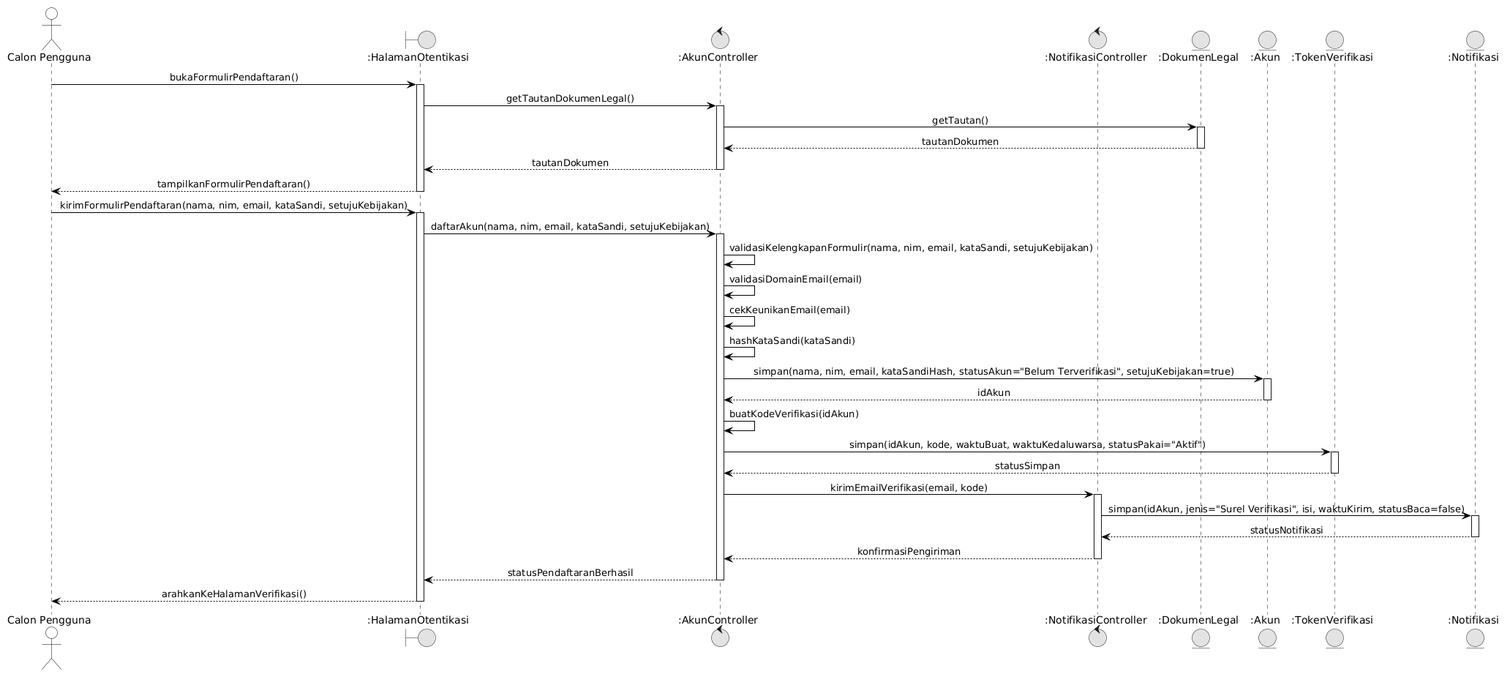
Earlier version of the PlantUML export docs/M7/assets/diagram/Sequence_UC01_Normal.png (ghaniyul/IF2150-RPL-K01-G02). The source it was exported from:
```plantuml
@startuml
skinparam monochrome true
skinparam shadowing false
skinparam defaultFontName Arial
skinparam sequenceMessageAlign center
skinparam backgroundColor #FFFFFF

skinparam participant {
    BackgroundColor #FFFFFF
    BorderColor #000000
}
skinparam actor {
    BackgroundColor #FFFFFF
    BorderColor #000000
}
skinparam sequence {
    LifeLineBackgroundColor #FFFFFF
    LifeLineBorderColor #000000
    ArrowColor #000000
    ActorBorderColor #000000
    ActorBackgroundColor #FFFFFF
    GroupBorderColor #000000
    GroupBackgroundColor #FFFFFF
}

actor "Calon Pengguna" as User
boundary ":HalamanOtentikasi" as UI
control ":AkunController" as Ctrl
control ":NotifikasiController" as NotifCtrl
entity ":DokumenLegal" as Dokumen
entity ":Akun" as Akun
entity ":TokenVerifikasi" as Token
entity ":Notifikasi" as Notif

User -> UI: bukaFormulirPendaftaran()
activate UI
UI -> Ctrl: getTautanDokumenLegal()
activate Ctrl
Ctrl -> Dokumen: getTautan()
activate Dokumen
Dokumen --> Ctrl: tautanDokumen
deactivate Dokumen
Ctrl --> UI: tautanDokumen
deactivate Ctrl
UI --> User: tampilkanFormulirPendaftaran()
deactivate UI

User -> UI: kirimFormulirPendaftaran(nama, nim, email, kataSandi, setujuKebijakan)
activate UI
UI -> Ctrl: daftarAkun(nama, nim, email, kataSandi, setujuKebijakan)
activate Ctrl
Ctrl -> Ctrl: validasiKelengkapanFormulir(nama, nim, email, kataSandi, setujuKebijakan)
Ctrl -> Ctrl: validasiDomainEmail(email)
Ctrl -> Ctrl: cekKeunikanEmail(email)
Ctrl -> Ctrl: hashKataSandi(kataSandi)

Ctrl -> Akun: simpan(nama, nim, email, kataSandiHash, statusAkun="Belum Terverifikasi", setujuKebijakan=true)
activate Akun
Akun --> Ctrl: idAkun
deactivate Akun

Ctrl -> Ctrl: buatKodeVerifikasi(idAkun)
Ctrl -> Token: simpan(idAkun, kode, waktuBuat, waktuKedaluwarsa, statusPakai="Aktif")
activate Token
Token --> Ctrl: statusSimpan
deactivate Token

Ctrl -> NotifCtrl: kirimEmailVerifikasi(email, kode)
activate NotifCtrl
NotifCtrl -> Notif: simpan(idAkun, jenis="Surel Verifikasi", isi, waktuKirim, statusBaca=false)
activate Notif
Notif --> NotifCtrl: statusNotifikasi
deactivate Notif
NotifCtrl --> Ctrl: konfirmasiPengiriman
deactivate NotifCtrl

Ctrl --> UI: statusPendaftaranBerhasil
deactivate Ctrl
UI --> User: arahkanKeHalamanVerifikasi()
deactivate UI
@enduml
```
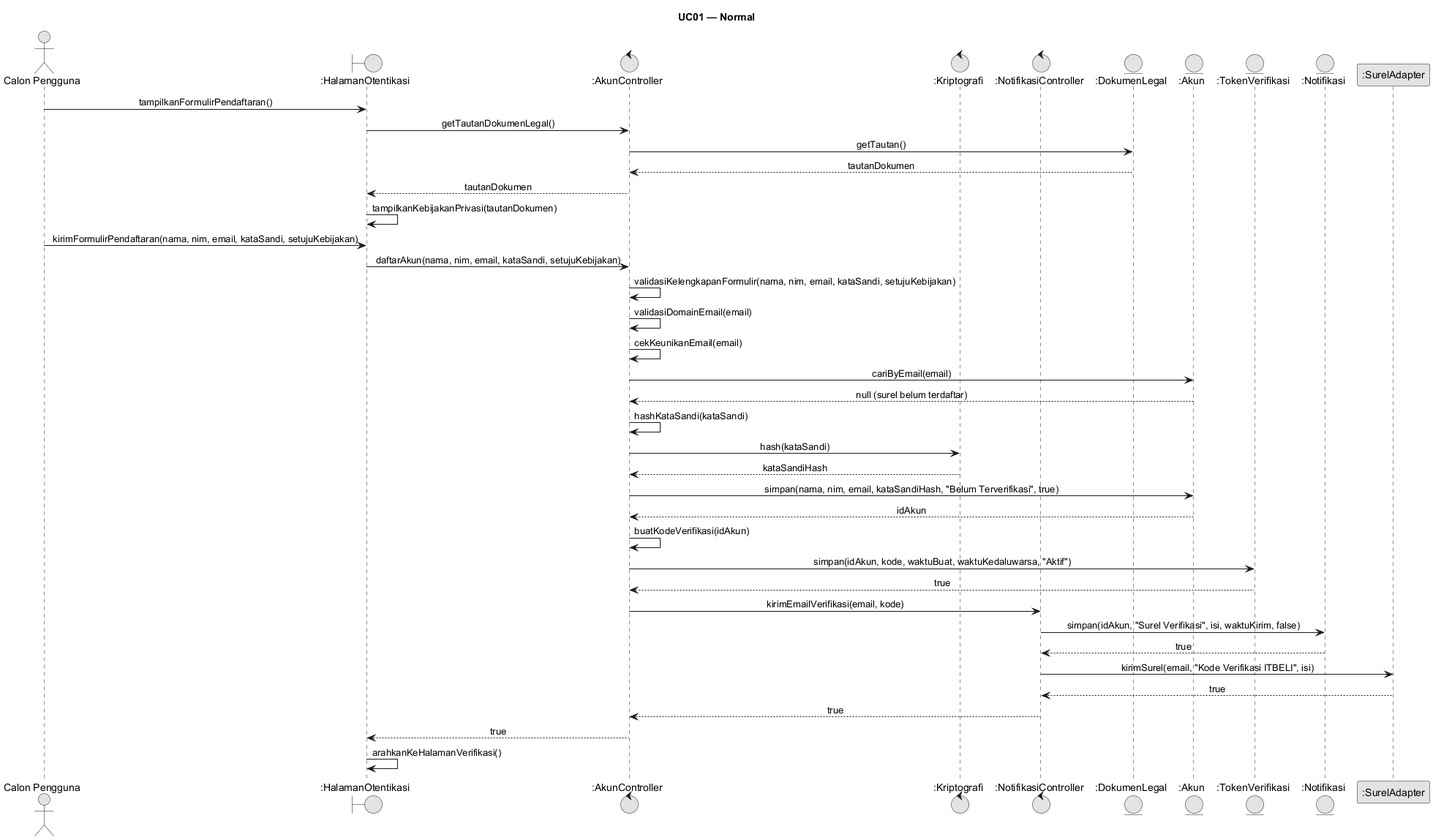
The same file after the commit.

The edit, as a diff of the source:
```diff
@@ -4,78 +4,45 @@
 skinparam defaultFontName Arial
 skinparam sequenceMessageAlign center
 skinparam backgroundColor #FFFFFF
-
-skinparam participant {
-    BackgroundColor #FFFFFF
-    BorderColor #000000
-}
-skinparam actor {
-    BackgroundColor #FFFFFF
-    BorderColor #000000
-}
-skinparam sequence {
-    LifeLineBackgroundColor #FFFFFF
-    LifeLineBorderColor #000000
-    ArrowColor #000000
-    ActorBorderColor #000000
-    ActorBackgroundColor #FFFFFF
-    GroupBorderColor #000000
-    GroupBackgroundColor #FFFFFF
-}
-
+skinparam responseMessageBelowArrow true
+title UC01 — Normal
 actor "Calon Pengguna" as User
-boundary ":HalamanOtentikasi" as UI
-control ":AkunController" as Ctrl
-control ":NotifikasiController" as NotifCtrl
-entity ":DokumenLegal" as Dokumen
+boundary ":HalamanOtentikasi" as UIo
+control ":AkunController" as AC
+control ":Kriptografi" as Kr
+control ":NotifikasiController" as NC
+entity ":DokumenLegal" as Dok
 entity ":Akun" as Akun
-entity ":TokenVerifikasi" as Token
+entity ":TokenVerifikasi" as Tok
 entity ":Notifikasi" as Notif
-
-User -> UI: bukaFormulirPendaftaran()
-activate UI
-UI -> Ctrl: getTautanDokumenLegal()
-activate Ctrl
-Ctrl -> Dokumen: getTautan()
-activate Dokumen
-Dokumen --> Ctrl: tautanDokumen
-deactivate Dokumen
-Ctrl --> UI: tautanDokumen
-deactivate Ctrl
-UI --> User: tampilkanFormulirPendaftaran()
-deactivate UI
-
-User -> UI: kirimFormulirPendaftaran(nama, nim, email, kataSandi, setujuKebijakan)
-activate UI
-UI -> Ctrl: daftarAkun(nama, nim, email, kataSandi, setujuKebijakan)
-activate Ctrl
-Ctrl -> Ctrl: validasiKelengkapanFormulir(nama, nim, email, kataSandi, setujuKebijakan)
-Ctrl -> Ctrl: validasiDomainEmail(email)
-Ctrl -> Ctrl: cekKeunikanEmail(email)
-Ctrl -> Ctrl: hashKataSandi(kataSandi)
-
-Ctrl -> Akun: simpan(nama, nim, email, kataSandiHash, statusAkun="Belum Terverifikasi", setujuKebijakan=true)
-activate Akun
-Akun --> Ctrl: idAkun
-deactivate Akun
-
-Ctrl -> Ctrl: buatKodeVerifikasi(idAkun)
-Ctrl -> Token: simpan(idAkun, kode, waktuBuat, waktuKedaluwarsa, statusPakai="Aktif")
-activate Token
-Token --> Ctrl: statusSimpan
-deactivate Token
-
-Ctrl -> NotifCtrl: kirimEmailVerifikasi(email, kode)
-activate NotifCtrl
-NotifCtrl -> Notif: simpan(idAkun, jenis="Surel Verifikasi", isi, waktuKirim, statusBaca=false)
-activate Notif
-Notif --> NotifCtrl: statusNotifikasi
-deactivate Notif
-NotifCtrl --> Ctrl: konfirmasiPengiriman
-deactivate NotifCtrl
-
-Ctrl --> UI: statusPendaftaranBerhasil
-deactivate Ctrl
-UI --> User: arahkanKeHalamanVerifikasi()
-deactivate UI
+participant ":SurelAdapter" as Surel
+User -> UIo: tampilkanFormulirPendaftaran()
+UIo -> AC: getTautanDokumenLegal()
+AC -> Dok: getTautan()
+Dok --> AC: tautanDokumen
+AC --> UIo: tautanDokumen
+UIo -> UIo: tampilkanKebijakanPrivasi(tautanDokumen)
+User -> UIo: kirimFormulirPendaftaran(nama, nim, email, kataSandi, setujuKebijakan)
+UIo -> AC: daftarAkun(nama, nim, email, kataSandi, setujuKebijakan)
+AC -> AC: validasiKelengkapanFormulir(nama, nim, email, kataSandi, setujuKebijakan)
+AC -> AC: validasiDomainEmail(email)
+AC -> AC: cekKeunikanEmail(email)
+AC -> Akun: cariByEmail(email)
+Akun --> AC: null (surel belum terdaftar)
+AC -> AC: hashKataSandi(kataSandi)
+AC -> Kr: hash(kataSandi)
+Kr --> AC: kataSandiHash
+AC -> Akun: simpan(nama, nim, email, kataSandiHash, "Belum Terverifikasi", true)
+Akun --> AC: idAkun
+AC -> AC: buatKodeVerifikasi(idAkun)
+AC -> Tok: simpan(idAkun, kode, waktuBuat, waktuKedaluwarsa, "Aktif")
+Tok --> AC: true
+AC -> NC: kirimEmailVerifikasi(email, kode)
+NC -> Notif: simpan(idAkun, "Surel Verifikasi", isi, waktuKirim, false)
+Notif --> NC: true
+NC -> Surel: kirimSurel(email, "Kode Verifikasi ITBELI", isi)
+Surel --> NC: true
+NC --> AC: true
+AC --> UIo: true
+UIo -> UIo: arahkanKeHalamanVerifikasi()
 @enduml
```
